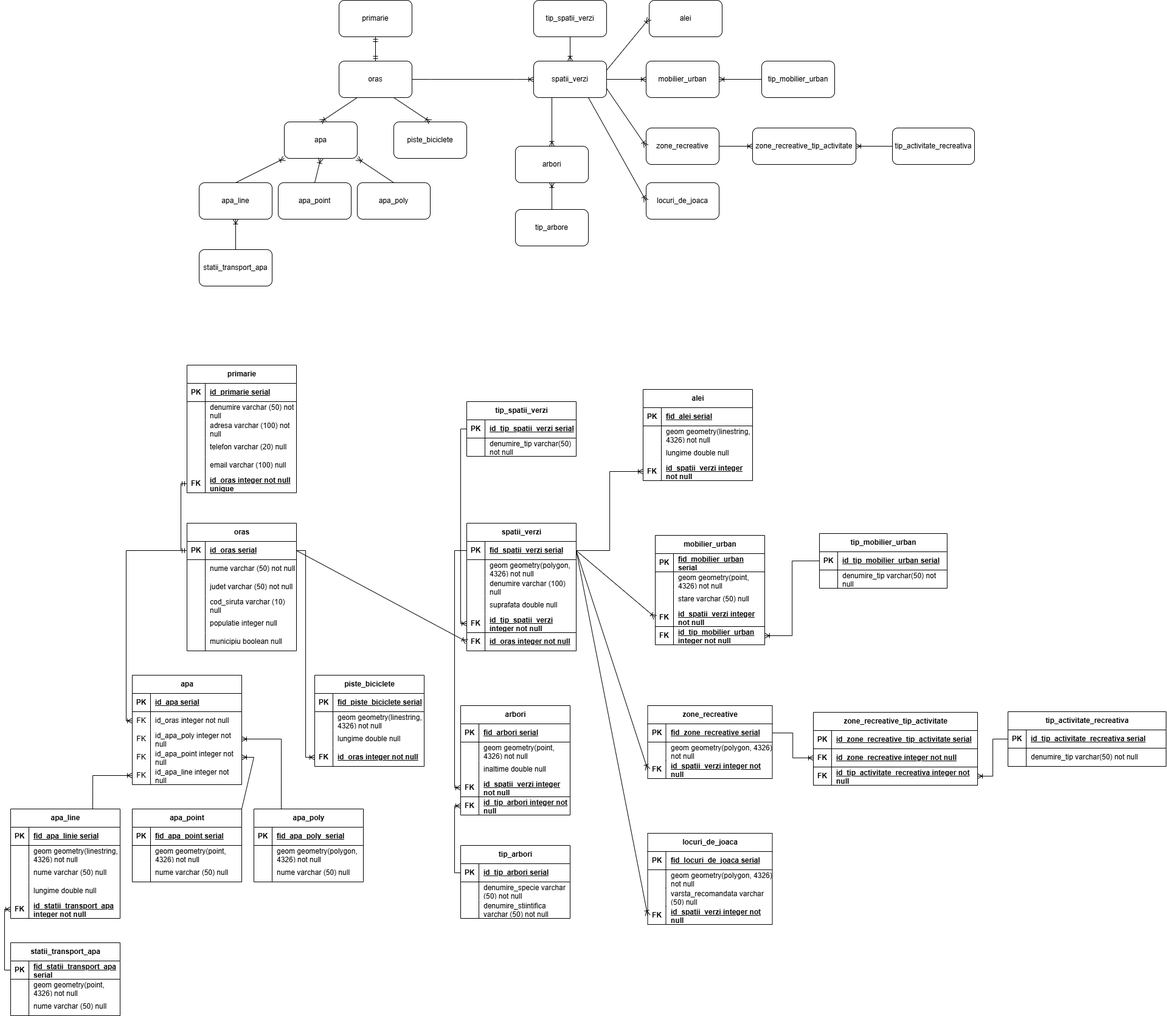
Above: Diagrame.png in AdelaLukacs/examen_sem_II_lukacs_adela (draw.io), before the change. Source tidied: cells renumbered, new cells last; positions are measured from the earlier drawing's top-left corner, leaving out a move shared by most shapes.
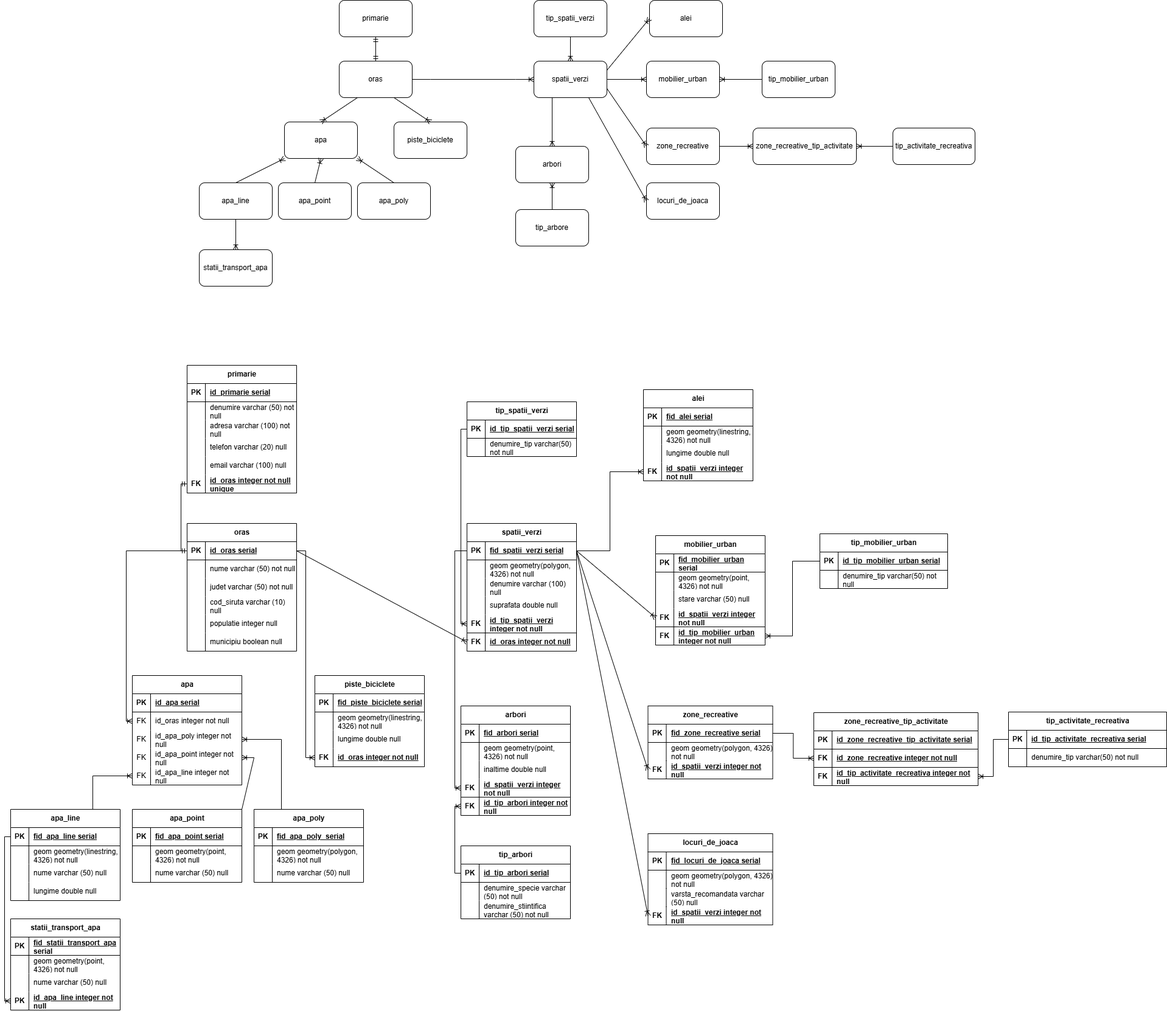
After the change.

The edit, as a diff of the source:
```diff
@@ -38,7 +38,7 @@
     <mxCell id="13" value="statii_transport_apa" style="rounded=1;whiteSpace=wrap;html=1;" parent="1" vertex="1">
       <mxGeometry x="310" y="410" width="120" height="60" as="geometry" />
     </mxCell>
-    <mxCell id="14" style="fontSize=12;html=1;endArrow=ERoneToMany;rounded=0;exitX=0.5;exitY=0;exitDx=0;exitDy=0;entryX=0.5;entryY=1;entryDx=0;entryDy=0;" parent="1" edge="1" source="13" target="9">
+    <mxCell id="14" style="fontSize=12;html=1;endArrow=ERoneToMany;rounded=0;exitX=0.5;exitY=1;exitDx=0;exitDy=0;entryX=0.5;entryY=0;entryDx=0;entryDy=0;" parent="1" edge="1" source="9" target="13">
       <mxGeometry relative="1" as="geometry" />
     </mxCell>
     <mxCell id="15" value="mobilier_urban" style="rounded=1;whiteSpace=wrap;html=1;" parent="1" vertex="1">
@@ -276,7 +276,7 @@
       <mxGeometry relative="1" as="geometry" />
     </mxCell>
     <mxCell id="93" value="apa_line" style="shape=table;startSize=30;rowLines=0;fontStyle=1;align=center;html=1;" parent="1" vertex="1">
-      <mxGeometry y="1330" width="180" height="180" as="geometry" />
+      <mxGeometry y="1330" width="180" height="150" as="geometry" />
     </mxCell>
     <mxCell id="94" style="shape=tableRow;horizontal=0;startSize=0;swimlaneHead=0;swimlaneBody=0;fillColor=none;points=[[0,0.5],[1,0.5]];portConstraint=eastwest;top=0;left=0;right=0;bottom=1;" parent="93" vertex="1">
       <mxGeometry y="30" width="180" height="30" as="geometry" />
@@ -284,7 +284,7 @@
     <mxCell id="95" value="PK" style="shape=partialRectangle;fillColor=none;top=0;left=0;bottom=0;right=0;fontStyle=1;overflow=hidden;whiteSpace=wrap;html=1;" parent="94" vertex="1">
       <mxGeometry width="30" height="30" as="geometry" />
     </mxCell>
-    <mxCell id="96" value="fid_apa_linie serial" style="shape=partialRectangle;fillColor=none;top=0;left=0;bottom=0;right=0;align=left;spacingLeft=6;fontStyle=5;overflow=hidden;whiteSpace=wrap;html=1;" parent="94" vertex="1">
+    <mxCell id="96" value="fid_apa_line serial" style="shape=partialRectangle;fillColor=none;top=0;left=0;bottom=0;right=0;align=left;spacingLeft=6;fontStyle=5;overflow=hidden;whiteSpace=wrap;html=1;" parent="94" vertex="1">
       <mxGeometry x="30" width="150" height="30" as="geometry" />
     </mxCell>
     <mxCell id="97" style="shape=tableRow;horizontal=0;startSize=0;swimlaneHead=0;swimlaneBody=0;fillColor=none;top=0;left=0;right=0;bottom=0;" parent="93" vertex="1">
@@ -314,15 +314,6 @@
     <mxCell id="105" value="lungime double null" style="shape=partialRectangle;fillColor=none;top=0;left=0;bottom=0;right=0;align=left;spacingLeft=6;overflow=hidden;whiteSpace=wrap;html=1;" parent="103" vertex="1">
       <mxGeometry x="30" width="150" height="30" as="geometry" />
     </mxCell>
-    <mxCell id="106" style="shape=tableRow;horizontal=0;startSize=0;swimlaneHead=0;swimlaneBody=0;fillColor=none;points=[[0,0.5],[1,0.5]];portConstraint=eastwest;top=0;left=0;right=0;bottom=1;" parent="93" vertex="1">
-      <mxGeometry y="150" width="180" height="30" as="geometry" />
-    </mxCell>
-    <mxCell id="107" value="FK" style="shape=partialRectangle;fillColor=none;top=0;left=0;bottom=0;right=0;fontStyle=1;overflow=hidden;whiteSpace=wrap;html=1;" parent="106" vertex="1">
-      <mxGeometry width="30" height="30" as="geometry" />
-    </mxCell>
-    <mxCell id="108" value="id_statii_transport_apa integer not null" style="shape=partialRectangle;fillColor=none;top=0;left=0;bottom=0;right=0;align=left;spacingLeft=6;fontStyle=5;overflow=hidden;whiteSpace=wrap;html=1;" parent="106" vertex="1">
-      <mxGeometry x="30" width="150" height="30" as="geometry" />
-    </mxCell>
     <mxCell id="109" value="apa_point" style="shape=table;startSize=30;rowLines=0;fontStyle=1;align=center;html=1;" parent="1" vertex="1">
       <mxGeometry x="200" y="1330" width="180" height="120" as="geometry" />
     </mxCell>
@@ -397,7 +388,7 @@
       <mxGeometry relative="1" as="geometry" />
     </mxCell>
     <mxCell id="132" value="statii_transport_apa" style="shape=table;startSize=30;rowLines=0;fontStyle=1;align=center;html=1;" parent="1" vertex="1">
-      <mxGeometry y="1550" width="180" height="120" as="geometry" />
+      <mxGeometry y="1510" width="180" height="150" as="geometry" />
     </mxCell>
     <mxCell id="133" style="shape=tableRow;horizontal=0;startSize=0;swimlaneHead=0;swimlaneBody=0;fillColor=none;points=[[0,0.5],[1,0.5]];portConstraint=eastwest;top=0;left=0;right=0;bottom=1;" parent="132" vertex="1">
       <mxGeometry y="30" width="180" height="30" as="geometry" />
@@ -426,7 +417,16 @@
     <mxCell id="141" value="nume varchar (50) null" style="shape=partialRectangle;fillColor=none;top=0;left=0;bottom=0;right=0;align=left;spacingLeft=6;overflow=hidden;whiteSpace=wrap;html=1;" parent="139" vertex="1">
       <mxGeometry x="30" width="150" height="30" as="geometry" />
     </mxCell>
+    <mxCell id="298" style="shape=tableRow;horizontal=0;startSize=0;swimlaneHead=0;swimlaneBody=0;fillColor=none;points=[[0,0.5],[1,0.5]];portConstraint=eastwest;top=0;left=0;right=0;bottom=1;" parent="132" vertex="1">
+      <mxGeometry y="120" width="180" height="30" as="geometry" />
+    </mxCell>
+    <mxCell id="299" value="PK" style="shape=partialRectangle;fillColor=none;top=0;left=0;bottom=0;right=0;fontStyle=1;overflow=hidden;whiteSpace=wrap;html=1;" parent="298" vertex="1">
+      <mxGeometry width="30" height="30" as="geometry" />
+    </mxCell>
+    <mxCell id="300" value="id_apa_line integer not null" style="shape=partialRectangle;fillColor=none;top=0;left=0;bottom=0;right=0;align=left;spacingLeft=6;fontStyle=5;overflow=hidden;whiteSpace=wrap;html=1;" parent="298" vertex="1">
+      <mxGeometry x="30" width="150" height="30" as="geometry" />
+    </mxCell>
-    <mxCell id="142" style="edgeStyle=orthogonalEdgeStyle;fontSize=12;html=1;endArrow=ERoneToMany;rounded=0;exitX=0;exitY=0.5;exitDx=0;exitDy=0;entryX=0;entryY=0.5;entryDx=0;entryDy=0;" parent="1" edge="1" source="133" target="106">
+    <mxCell id="142" style="edgeStyle=orthogonalEdgeStyle;fontSize=12;html=1;endArrow=ERoneToMany;rounded=0;exitX=0;exitY=0.5;exitDx=0;exitDy=0;entryX=0;entryY=0.5;entryDx=0;entryDy=0;" parent="1" edge="1" source="94" target="298">
       <mxGeometry relative="1" as="geometry" />
     </mxCell>
     <mxCell id="143" value="piste_biciclete" style="shape=table;startSize=30;rowLines=0;fontStyle=1;align=center;html=1;" parent="1" vertex="1">
```
